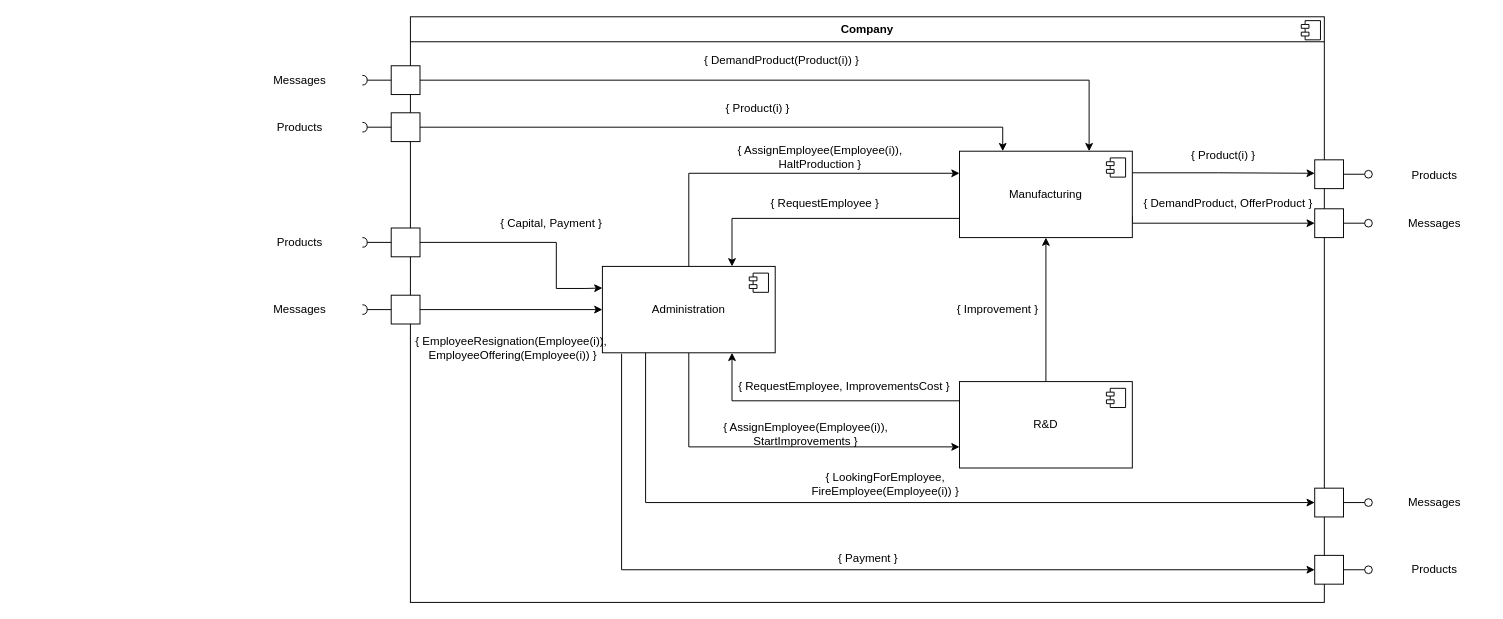
EmmanuelMess/Multistep-DEVS-Simulator keeps this draw.io diagram as design/DEVS diagrams/company/DEVS module.drawio. Above is the earlier version. Source tidied: cells renumbered, new cells numbered last; positions are measured from the earlier drawing's top-left corner, leaving out a move shared by most shapes. Both pictures are drawn from the tidied source at 96%, with x=0, y=0 at pixel (247, 16).
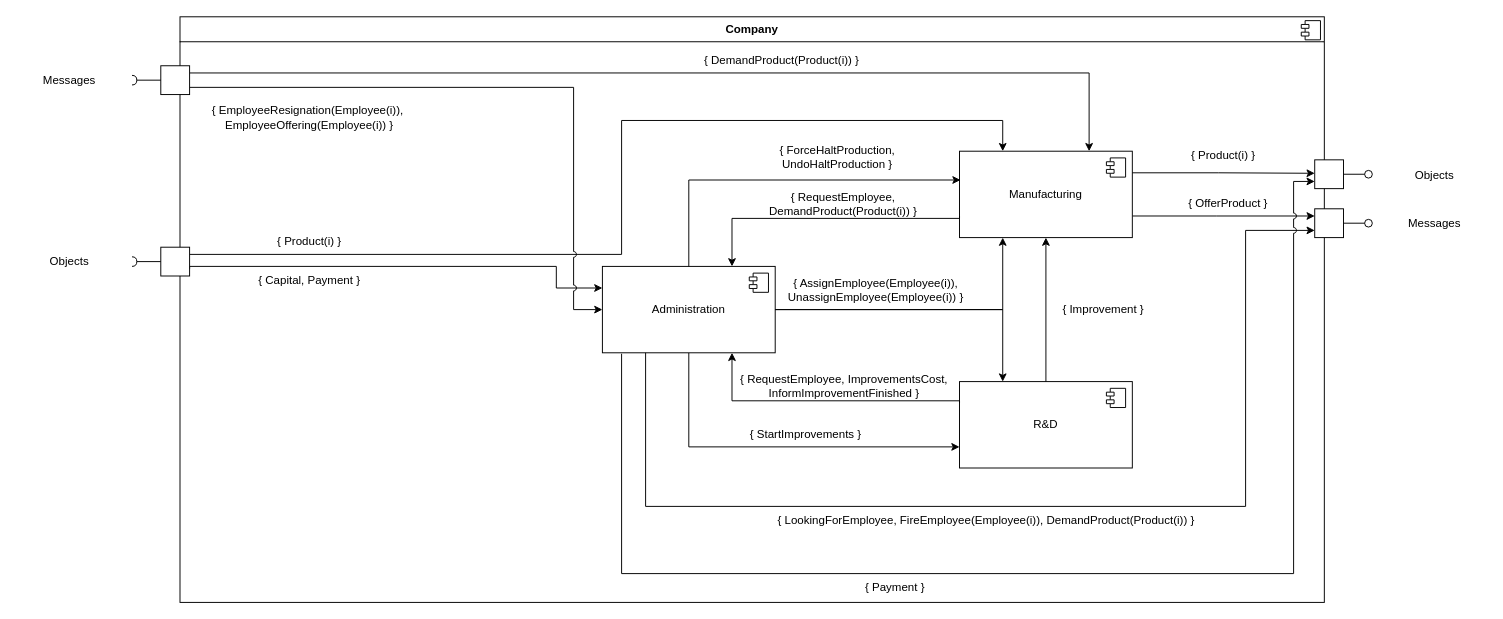
The same diagram, later.

Commit message (it also covers changes not shown here):
Update company DEVS

Unchanged cells that the change refers to:
```xml
<mxCell id="6" value="Manufacturing" style="html=1;whiteSpace=wrap;" parent="1" vertex="1">
  <mxGeometry x="742" y="140" width="180" height="90" as="geometry" />
</mxCell>
<mxCell id="8" value="Administration" style="html=1;whiteSpace=wrap;" parent="1" vertex="1">
  <mxGeometry x="370" y="260" width="180" height="90" as="geometry" />
</mxCell>
<mxCell id="10" value="R&amp;amp;D" style="html=1;whiteSpace=wrap;" parent="1" vertex="1">
  <mxGeometry x="742" y="380" width="180" height="90" as="geometry" />
</mxCell>
<mxCell id="27" style="html=1;rounded=0;" parent="1" vertex="1">
  <mxGeometry x="1112" y="200" width="30" height="30" as="geometry" />
</mxCell>
<mxCell id="31" style="html=1;rounded=0;" parent="1" vertex="1">
  <mxGeometry x="1112" y="149" width="30" height="30" as="geometry" />
</mxCell>
```

The edit, as a diff of the source:
```diff
@@
     <mxCell id="2" value="&lt;p style=&quot;margin:0px;margin-top:6px;text-align:center;&quot;&gt;&lt;b&gt;Company&lt;/b&gt;&lt;/p&gt;&lt;hr size=&quot;1&quot; style=&quot;border-style:solid;&quot;&gt;&lt;p style=&quot;margin:0px;margin-left:8px;&quot;&gt;&lt;br&gt;&lt;/p&gt;" style="align=left;overflow=fill;html=1;whiteSpace=wrap;fillColor=none;" parent="1" vertex="1">
-      <mxGeometry x="170" width="952" height="610" as="geometry" />
+      <mxGeometry x="-70" width="1192" height="610" as="geometry" />
     </mxCell>
@@
-    <mxCell id="5" style="edgeStyle=orthogonalEdgeStyle;rounded=0;jettySize=auto;html=1;exitX=1;exitY=0.75;exitDx=0;exitDy=0;entryX=0;entryY=0.5;entryDx=0;entryDy=0;" parent="1" edge="1" source="6" target="27">
+    <mxCell id="5" style="edgeStyle=orthogonalEdgeStyle;rounded=0;jettySize=auto;html=1;exitX=1;exitY=0.75;exitDx=0;exitDy=0;entryX=0;entryY=0.25;entryDx=0;entryDy=0;" parent="1" edge="1" source="6" target="27">
       <mxGeometry relative="1" as="geometry">
         <Array as="points">
-          <mxPoint x="922" y="215" />
+          <mxPoint x="1010" y="208" />
+          <mxPoint x="1010" y="208" />
         </Array>
       </mxGeometry>
     </mxCell>
@@
-    <mxCell id="12" style="endArrow=classic;html=1;rounded=0;edgeStyle=elbowEdgeStyle;exitX=0.5;exitY=0;exitDx=0;exitDy=0;entryX=0;entryY=0.25;entryDx=0;entryDy=0;elbow=vertical;" parent="1" edge="1" source="8" target="6">
+    <mxCell id="12" style="endArrow=classic;html=1;rounded=0;edgeStyle=elbowEdgeStyle;exitX=0.5;exitY=0;exitDx=0;exitDy=0;entryX=0.006;entryY=0.344;entryDx=0;entryDy=0;elbow=vertical;entryPerimeter=0;" parent="1" edge="1" source="8" target="6">
       <mxGeometry relative="1" as="geometry">
         <Array as="points">
-          <mxPoint x="592" y="163" />
+          <mxPoint x="600" y="170" />
         </Array>
       </mxGeometry>
     </mxCell>
-    <mxCell id="13" value="{ AssignEmployee(Employee(i)), HaltProduction }" style="text;html=1;align=center;verticalAlign=middle;whiteSpace=wrap;rounded=0;" parent="1" vertex="1">
-      <mxGeometry x="492" y="131" width="210" height="30" as="geometry" />
+    <mxCell id="13" value="{ Force&lt;span style=&quot;background-color: transparent; color: light-dark(rgb(0, 0, 0), rgb(255, 255, 255));&quot;&gt;HaltProduction,&lt;br&gt;&lt;/span&gt;&lt;div&gt;&lt;span style=&quot;background-color: transparent; color: light-dark(rgb(0, 0, 0), rgb(255, 255, 255));&quot;&gt;UndoHalt&lt;/span&gt;&lt;span style=&quot;background-color: transparent; color: light-dark(rgb(0, 0, 0), rgb(255, 255, 255));&quot;&gt;Production&lt;/span&gt;&lt;span style=&quot;background-color: transparent; color: light-dark(rgb(0, 0, 0), rgb(255, 255, 255));&quot;&gt;&amp;nbsp;}&lt;/span&gt;&lt;/div&gt;" style="text;html=1;align=center;verticalAlign=middle;whiteSpace=wrap;rounded=0;" parent="1" vertex="1">
+      <mxGeometry x="510" y="131" width="210" height="30" as="geometry" />
     </mxCell>
@@
-    <mxCell id="15" value="{ RequestEmployee }" style="text;html=1;align=center;verticalAlign=middle;whiteSpace=wrap;rounded=0;" parent="1" vertex="1">
-      <mxGeometry x="542" y="180" width="120" height="30" as="geometry" />
+    <mxCell id="15" value="{ RequestEmployee, DemandProduct(Product(i)) }" style="text;html=1;align=center;verticalAlign=middle;whiteSpace=wrap;rounded=0;" parent="1" vertex="1">
+      <mxGeometry x="542" y="180" width="158" height="30" as="geometry" />
     </mxCell>
-    <mxCell id="16" style="edgeStyle=orthogonalEdgeStyle;rounded=0;jettySize=auto;html=1;entryX=0;entryY=0.25;entryDx=0;entryDy=0;" parent="1" edge="1" source="17" target="8">
+    <mxCell id="16" style="edgeStyle=orthogonalEdgeStyle;rounded=0;jettySize=auto;html=1;entryX=0;entryY=0.25;entryDx=0;entryDy=0;exitX=1;exitY=0.75;exitDx=0;exitDy=0;" parent="1" edge="1" source="48" target="8">
       <mxGeometry relative="1" as="geometry">
         <Array as="points">
-          <mxPoint x="322" y="235" />
-          <mxPoint x="322" y="283" />
-          <mxPoint x="352" y="283" />
+          <mxPoint x="-60" y="260" />
+          <mxPoint x="322" y="260" />
+          <mxPoint x="322" y="282" />
         </Array>
       </mxGeometry>
     </mxCell>
-    <mxCell id="17" style="html=1;rounded=0;" parent="1" vertex="1">
-      <mxGeometry x="150" y="220" width="30" height="30" as="geometry" />
-    </mxCell>
-    <mxCell id="18" style="endArrow=none;html=1;rounded=0;align=center;verticalAlign=top;endFill=0;labelBackgroundColor=none;endSize=2;" parent="1" edge="1" source="17" target="19">
-      <mxGeometry relative="1" as="geometry" />
-    </mxCell>
-    <mxCell id="19" style="shape=requiredInterface;html=1;fontSize=11;align=center;fillColor=none;points=[];verticalAlign=bottom;labelPosition=center;verticalLabelPosition=top;flipH=1;rotation=-180;" parent="1" vertex="1">
-      <mxGeometry x="120" y="230" width="5" height="10" as="geometry" />
-    </mxCell>
-    <mxCell id="20" value="{ RequestEmployee,&amp;nbsp;&lt;span style=&quot;background-color: transparent; color: light-dark(rgb(0, 0, 0), rgb(255, 255, 255));&quot;&gt;ImprovementsCost }&lt;/span&gt;" style="text;html=1;align=center;verticalAlign=middle;whiteSpace=wrap;rounded=0;" parent="1" vertex="1">
+    <mxCell id="20" value="{ RequestEmployee,&amp;nbsp;&lt;span style=&quot;background-color: transparent; color: light-dark(rgb(0, 0, 0), rgb(255, 255, 255));&quot;&gt;ImprovementsCost,&lt;/span&gt;&lt;div&gt;&lt;span style=&quot;background-color: transparent; color: light-dark(rgb(0, 0, 0), rgb(255, 255, 255));&quot;&gt;InformImprovementFinished }&lt;/span&gt;&lt;/div&gt;" style="text;html=1;align=center;verticalAlign=middle;whiteSpace=wrap;rounded=0;" parent="1" vertex="1">
       <mxGeometry x="502" y="370" width="240" height="30" as="geometry" />
     </mxCell>
@@
-    <mxCell id="22" value="{ AssignEmployee(Employee(i)), StartImprovements }" style="text;html=1;align=center;verticalAlign=middle;whiteSpace=wrap;rounded=0;" parent="1" vertex="1">
+    <mxCell id="22" value="{ StartImprovements }" style="text;html=1;align=center;verticalAlign=middle;whiteSpace=wrap;rounded=0;" parent="1" vertex="1">
       <mxGeometry x="472" y="420" width="220" height="30" as="geometry" />
     </mxCell>
@@
     <mxCell id="24" value="{ Improvement }" style="text;html=1;align=center;verticalAlign=middle;whiteSpace=wrap;rounded=0;" parent="1" vertex="1">
-      <mxGeometry x="722" y="290" width="120" height="30" as="geometry" />
+      <mxGeometry x="832" y="290" width="120" height="30" as="geometry" />
     </mxCell>
     <mxCell id="25" value="{ Capital, Payment }" style="text;html=1;align=center;verticalAlign=middle;whiteSpace=wrap;rounded=0;" parent="1" vertex="1">
-      <mxGeometry x="252" y="200" width="130" height="30" as="geometry" />
+      <mxGeometry y="260" width="130" height="30" as="geometry" />
     </mxCell>
-    <mxCell id="26" value="{&amp;nbsp;&lt;span style=&quot;background-color: transparent; color: light-dark(rgb(0, 0, 0), rgb(255, 255, 255));&quot;&gt;DemandProduct,&amp;nbsp;&lt;/span&gt;&lt;span style=&quot;background-color: transparent; color: light-dark(rgb(0, 0, 0), rgb(255, 255, 255));&quot;&gt;OfferProduct }&lt;/span&gt;" style="text;html=1;align=center;verticalAlign=middle;whiteSpace=wrap;rounded=0;" parent="1" vertex="1">
+    <mxCell id="26" value="{&amp;nbsp;&lt;span style=&quot;background-color: transparent; color: light-dark(rgb(0, 0, 0), rgb(255, 255, 255));&quot;&gt;OfferProduct }&lt;/span&gt;" style="text;html=1;align=center;verticalAlign=middle;whiteSpace=wrap;rounded=0;" parent="1" vertex="1">
       <mxGeometry x="932" y="180" width="180" height="30" as="geometry" />
     </mxCell>
@@
-    <mxCell id="35" style="html=1;rounded=0;" parent="1" vertex="1">
-      <mxGeometry x="1112" y="491" width="30" height="30" as="geometry" />
-    </mxCell>
-    <mxCell id="36" style="endArrow=none;html=1;rounded=0;align=center;verticalAlign=top;endFill=0;labelBackgroundColor=none;endSize=2;" parent="1" edge="1" source="35" target="37">
-      <mxGeometry relative="1" as="geometry" />
-    </mxCell>
-    <mxCell id="37" style="ellipse;html=1;fontSize=11;align=center;fillColor=none;points=[];verticalAlign=bottom;labelPosition=center;verticalLabelPosition=top;flipH=1;" parent="1" vertex="1">
-      <mxGeometry x="1164" y="502" width="8" height="8" as="geometry" />
-    </mxCell>
-    <mxCell id="38" style="html=1;rounded=0;" parent="1" vertex="1">
-      <mxGeometry x="1112" y="561" width="30" height="30" as="geometry" />
-    </mxCell>
-    <mxCell id="39" style="endArrow=none;html=1;rounded=0;align=center;verticalAlign=top;endFill=0;labelBackgroundColor=none;endSize=2;" parent="1" edge="1" source="38" target="40">
-      <mxGeometry relative="1" as="geometry" />
-    </mxCell>
-    <mxCell id="40" style="ellipse;html=1;fontSize=11;align=center;fillColor=none;points=[];verticalAlign=bottom;labelPosition=center;verticalLabelPosition=top;flipH=1;" parent="1" vertex="1">
-      <mxGeometry x="1164" y="572" width="8" height="8" as="geometry" />
-    </mxCell>
-    <mxCell id="41" style="endArrow=classic;html=1;rounded=0;edgeStyle=elbowEdgeStyle;exitX=0.25;exitY=1;exitDx=0;exitDy=0;elbow=vertical;entryX=0;entryY=0.5;entryDx=0;entryDy=0;" parent="1" edge="1" source="8" target="35">
+    <mxCell id="41" style="endArrow=classic;html=1;rounded=0;edgeStyle=orthogonalEdgeStyle;exitX=0.25;exitY=1;exitDx=0;exitDy=0;elbow=vertical;entryX=0;entryY=0.75;entryDx=0;entryDy=0;" parent="1" edge="1" source="8" target="27">
       <mxGeometry relative="1" as="geometry">
         <Array as="points">
-          <mxPoint x="752" y="506" />
+          <mxPoint x="415" y="510" />
+          <mxPoint x="1040" y="510" />
+          <mxPoint x="1040" y="223" />
         </Array>
       </mxGeometry>
     </mxCell>
-    <mxCell id="42" value="{ LookingForEmployee, FireEmployee(Employee(i))&amp;nbsp;}" style="text;html=1;align=center;verticalAlign=middle;whiteSpace=wrap;rounded=0;" parent="1" vertex="1">
-      <mxGeometry x="530" y="472" width="270" height="30" as="geometry" />
+    <mxCell id="42" value="{ LookingForEmployee, FireEmployee(Employee(i)), DemandProduct(Product(i))&amp;nbsp;}" style="text;html=1;align=center;verticalAlign=middle;whiteSpace=wrap;rounded=0;" parent="1" vertex="1">
+      <mxGeometry x="540" y="510" width="460" height="30" as="geometry" />
     </mxCell>
-    <mxCell id="43" style="endArrow=classic;html=1;rounded=0;edgeStyle=elbowEdgeStyle;exitX=0.111;exitY=1.011;exitDx=0;exitDy=0;entryX=0;entryY=0.5;entryDx=0;entryDy=0;exitPerimeter=0;" parent="1" edge="1" source="8" target="38">
+    <mxCell id="43" style="endArrow=classic;html=1;rounded=0;edgeStyle=orthogonalEdgeStyle;exitX=0.111;exitY=1.011;exitDx=0;exitDy=0;entryX=0;entryY=0.75;entryDx=0;entryDy=0;exitPerimeter=0;jumpStyle=arc;" parent="1" edge="1" source="8" target="31">
       <mxGeometry relative="1" as="geometry">
         <Array as="points">
-          <mxPoint x="390" y="460" />
+          <mxPoint x="390" y="580" />
+          <mxPoint x="1090" y="580" />
+          <mxPoint x="1090" y="172" />
         </Array>
       </mxGeometry>
     </mxCell>
     <mxCell id="44" value="{ Payment }" style="text;html=1;align=center;verticalAlign=middle;whiteSpace=wrap;rounded=0;" parent="1" vertex="1">
-      <mxGeometry x="512" y="549" width="270" height="30" as="geometry" />
+      <mxGeometry x="540" y="580" width="270" height="30" as="geometry" />
     </mxCell>
-    <mxCell id="45" value="Products" style="text;html=1;align=center;verticalAlign=middle;whiteSpace=wrap;rounded=0;" parent="1" vertex="1">
-      <mxGeometry x="1182" y="561" width="110" height="30" as="geometry" />
-    </mxCell>
-    <mxCell id="46" style="edgeStyle=orthogonalEdgeStyle;rounded=0;jettySize=auto;html=1;entryX=0.25;entryY=0;entryDx=0;entryDy=0;exitX=1;exitY=0.5;exitDx=0;exitDy=0;" parent="1" edge="1" source="48" target="6">
+    <mxCell id="46" style="edgeStyle=orthogonalEdgeStyle;rounded=0;jettySize=auto;html=1;entryX=0.25;entryY=0;entryDx=0;entryDy=0;exitX=1;exitY=0.25;exitDx=0;exitDy=0;" parent="1" edge="1" source="48" target="6">
       <mxGeometry relative="1" as="geometry">
         <Array as="points">
-          <mxPoint x="787" y="115" />
+          <mxPoint x="390" y="248" />
+          <mxPoint x="390" y="108" />
+          <mxPoint x="787" y="108" />
         </Array>
       </mxGeometry>
     </mxCell>
     <mxCell id="47" value="{ Product(i) }" style="text;html=1;align=center;verticalAlign=middle;whiteSpace=wrap;rounded=0;" parent="1" vertex="1">
-      <mxGeometry x="472" y="81" width="120" height="30" as="geometry" />
+      <mxGeometry x="5" y="219" width="120" height="30" as="geometry" />
     </mxCell>
     <mxCell id="48" style="html=1;rounded=0;" parent="1" vertex="1">
-      <mxGeometry x="150" y="100" width="30" height="30" as="geometry" />
+      <mxGeometry x="-90" y="240" width="30" height="30" as="geometry" />
     </mxCell>
@@
     <mxCell id="50" style="shape=requiredInterface;html=1;fontSize=11;align=center;fillColor=none;points=[];verticalAlign=bottom;labelPosition=center;verticalLabelPosition=top;flipH=1;rotation=-180;" parent="1" vertex="1">
-      <mxGeometry x="120" y="110" width="5" height="10" as="geometry" />
+      <mxGeometry x="-120" y="250" width="5" height="10" as="geometry" />
     </mxCell>
-    <mxCell id="51" value="Messages" style="text;html=1;align=center;verticalAlign=middle;whiteSpace=wrap;rounded=0;" parent="1" vertex="1">
-      <mxGeometry x="1182" y="491" width="110" height="30" as="geometry" />
-    </mxCell>
-    <mxCell id="52" value="Products" style="text;html=1;align=center;verticalAlign=middle;whiteSpace=wrap;rounded=0;" parent="1" vertex="1">
+    <mxCell id="52" value="Objects" style="text;html=1;align=center;verticalAlign=middle;whiteSpace=wrap;rounded=0;" parent="1" vertex="1">
       <mxGeometry x="1182" y="150" width="110" height="30" as="geometry" />
     </mxCell>
@@
-    <mxCell id="54" value="Products" style="text;html=1;align=center;verticalAlign=middle;whiteSpace=wrap;rounded=0;" parent="1" vertex="1">
-      <mxGeometry y="100" width="110" height="30" as="geometry" />
+    <mxCell id="54" value="Objects" style="text;html=1;align=center;verticalAlign=middle;whiteSpace=wrap;rounded=0;" parent="1" vertex="1">
+      <mxGeometry x="-240" y="240" width="110" height="30" as="geometry" />
     </mxCell>
-    <mxCell id="55" value="Products" style="text;html=1;align=center;verticalAlign=middle;whiteSpace=wrap;rounded=0;" parent="1" vertex="1">
-      <mxGeometry y="220" width="110" height="30" as="geometry" />
-    </mxCell>
-    <mxCell id="56" style="edgeStyle=orthogonalEdgeStyle;rounded=0;jettySize=auto;html=1;entryX=0;entryY=0.5;entryDx=0;entryDy=0;" parent="1" edge="1" source="57" target="8">
-      <mxGeometry relative="1" as="geometry" />
+    <mxCell id="56" style="edgeStyle=orthogonalEdgeStyle;rounded=0;jettySize=auto;html=1;entryX=0;entryY=0.5;entryDx=0;entryDy=0;exitX=1;exitY=0.75;exitDx=0;exitDy=0;jumpStyle=arc;" parent="1" edge="1" source="63" target="8">
+      <mxGeometry relative="1" as="geometry">
+        <Array as="points">
+          <mxPoint x="340" y="74" />
+          <mxPoint x="340" y="305" />
+        </Array>
+      </mxGeometry>
     </mxCell>
-    <mxCell id="57" style="html=1;rounded=0;" parent="1" vertex="1">
-      <mxGeometry x="150" y="290" width="30" height="30" as="geometry" />
-    </mxCell>
-    <mxCell id="58" style="endArrow=none;html=1;rounded=0;align=center;verticalAlign=top;endFill=0;labelBackgroundColor=none;endSize=2;" parent="1" edge="1" source="57" target="59">
-      <mxGeometry relative="1" as="geometry" />
-    </mxCell>
-    <mxCell id="59" style="shape=requiredInterface;html=1;fontSize=11;align=center;fillColor=none;points=[];verticalAlign=bottom;labelPosition=center;verticalLabelPosition=top;flipH=1;rotation=-180;" parent="1" vertex="1">
-      <mxGeometry x="120" y="300" width="5" height="10" as="geometry" />
-    </mxCell>
-    <mxCell id="60" value="Messages" style="text;html=1;align=center;verticalAlign=middle;whiteSpace=wrap;rounded=0;" parent="1" vertex="1">
-      <mxGeometry y="290" width="110" height="30" as="geometry" />
-    </mxCell>
     <mxCell id="61" value="{ EmployeeResignation(Employee(i)),&amp;nbsp;&lt;div&gt;EmployeeOffering(Employee(i)) }&lt;/div&gt;" style="text;html=1;align=center;verticalAlign=middle;whiteSpace=wrap;rounded=0;" parent="1" vertex="1">
-      <mxGeometry x="172" y="320" width="210" height="50" as="geometry" />
+      <mxGeometry x="-40" y="80" width="210" height="50" as="geometry" />
     </mxCell>
-    <mxCell id="62" style="edgeStyle=orthogonalEdgeStyle;rounded=0;jettySize=auto;html=1;entryX=0.75;entryY=0;entryDx=0;entryDy=0;" parent="1" edge="1" source="63" target="6">
+    <mxCell id="62" style="edgeStyle=orthogonalEdgeStyle;rounded=0;jettySize=auto;html=1;entryX=0.75;entryY=0;entryDx=0;entryDy=0;exitX=1;exitY=0.25;exitDx=0;exitDy=0;" parent="1" edge="1" source="63" target="6">
       <mxGeometry relative="1" as="geometry" />
     </mxCell>
     <mxCell id="63" style="html=1;rounded=0;" parent="1" vertex="1">
-      <mxGeometry x="150" y="51" width="30" height="30" as="geometry" />
+      <mxGeometry x="-90" y="51" width="30" height="30" as="geometry" />
     </mxCell>
@@
     <mxCell id="65" style="shape=requiredInterface;html=1;fontSize=11;align=center;fillColor=none;points=[];verticalAlign=bottom;labelPosition=center;verticalLabelPosition=top;flipH=1;rotation=-180;" parent="1" vertex="1">
-      <mxGeometry x="120" y="61" width="5" height="10" as="geometry" />
+      <mxGeometry x="-120" y="61" width="5" height="10" as="geometry" />
     </mxCell>
     <mxCell id="66" value="Messages" style="text;html=1;align=center;verticalAlign=middle;whiteSpace=wrap;rounded=0;" parent="1" vertex="1">
-      <mxGeometry y="51" width="110" height="30" as="geometry" />
+      <mxGeometry x="-240" y="51" width="110" height="30" as="geometry" />
     </mxCell>
@@
+    <mxCell id="68" style="endArrow=classic;html=1;rounded=0;edgeStyle=elbowEdgeStyle;exitX=1;exitY=0.5;exitDx=0;exitDy=0;entryX=0.25;entryY=1;entryDx=0;entryDy=0;" parent="1" edge="1" source="8" target="6">
+      <mxGeometry relative="1" as="geometry">
+        <Array as="points">
+          <mxPoint x="787" y="280" />
+        </Array>
+      </mxGeometry>
+    </mxCell>
+    <mxCell id="69" style="endArrow=classic;html=1;rounded=0;edgeStyle=elbowEdgeStyle;exitX=1;exitY=0.5;exitDx=0;exitDy=0;entryX=0.25;entryY=0;entryDx=0;entryDy=0;" parent="1" edge="1" source="8" target="10">
+      <mxGeometry relative="1" as="geometry">
+        <Array as="points">
+          <mxPoint x="787" y="340" />
+        </Array>
+      </mxGeometry>
+    </mxCell>
+    <mxCell id="70" value="{ AssignEmployee(Employee(i)),&lt;div&gt;UnassignEmployee(Employee(i)) }&lt;/div&gt;" style="text;html=1;align=center;verticalAlign=middle;whiteSpace=wrap;rounded=0;" parent="1" vertex="1">
+      <mxGeometry x="550" y="270" width="210" height="30" as="geometry" />
+    </mxCell>
```
